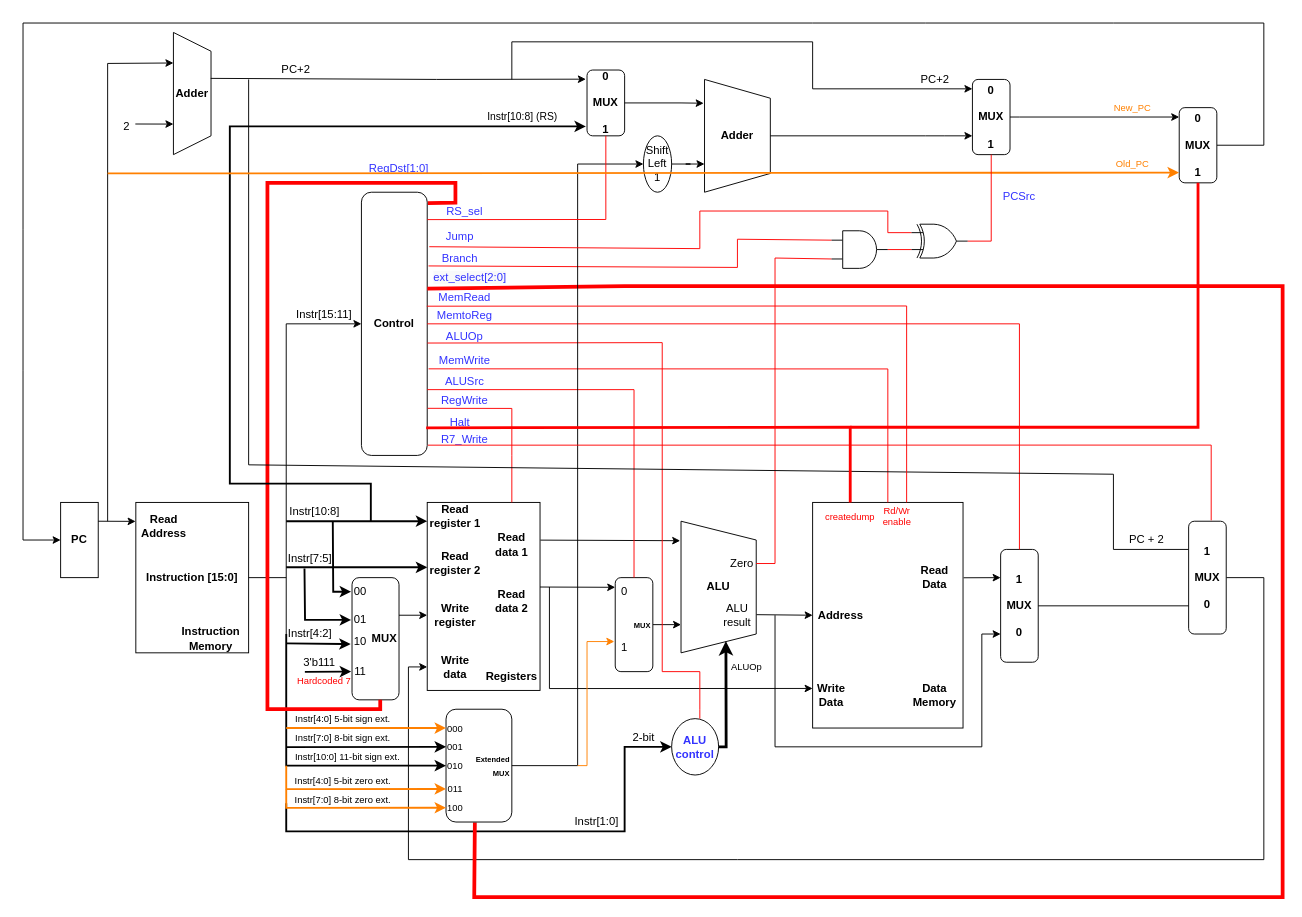
Before: WISC-SP22.drawio in joshmeiyb/ECE552, a draw.io diagram. Source tidied: cells renumbered, new cells numbered last; positions are measured from the earlier drawing's top-left corner, leaving out a move shared by most shapes. Both pictures are drawn from the tidied source at 94%, with x=0, y=0 at pixel (23, 23).
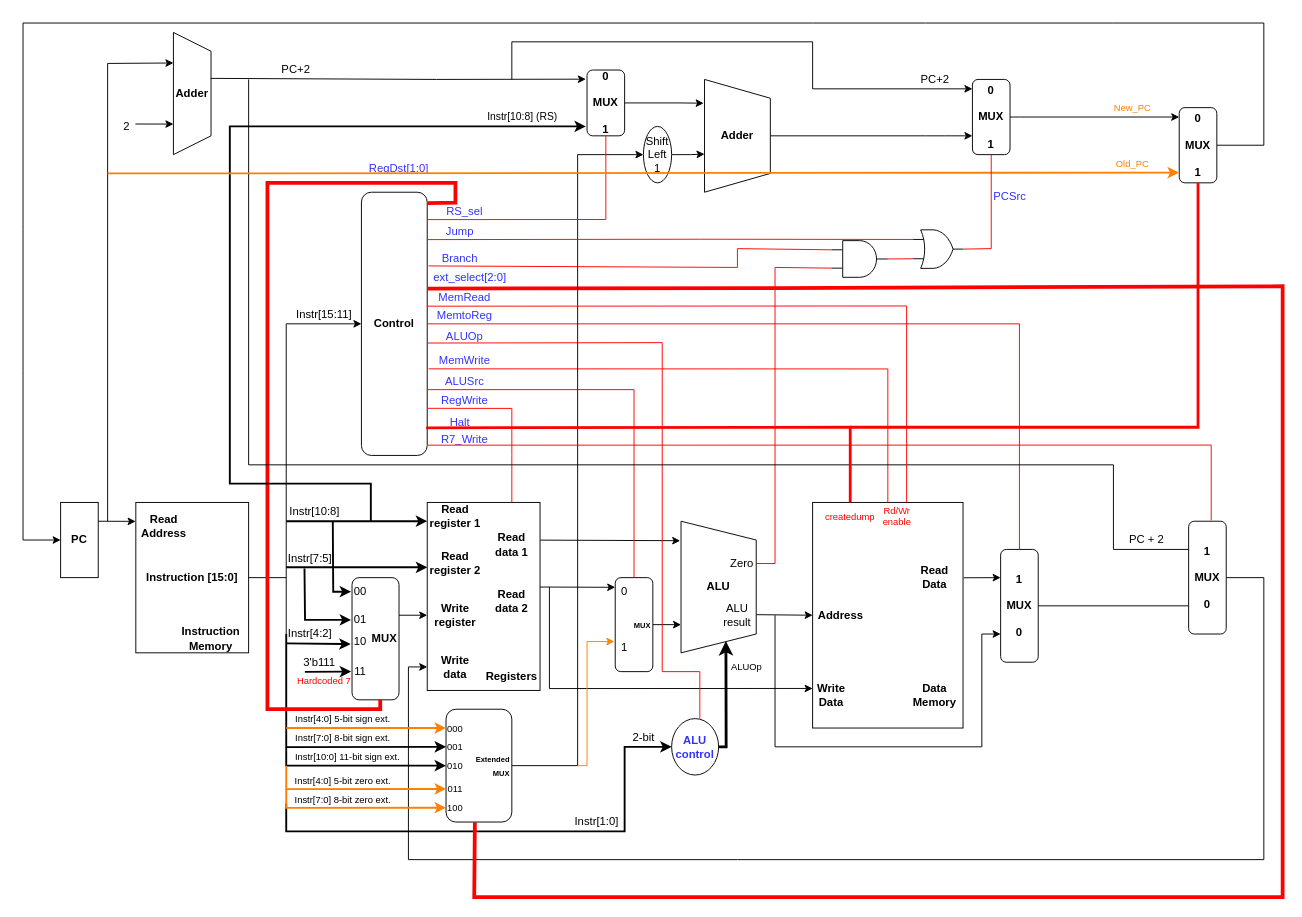
The same page after the edit.

The change refers to these unchanged cells:
```xml
<mxCell id="10" value="&lt;b&gt;Adder&lt;/b&gt;" style="shape=trapezoid;perimeter=trapezoidPerimeter;whiteSpace=wrap;html=1;fixedSize=1;direction=south;" parent="1" vertex="1">
  <mxGeometry x="725" y="60" width="70" height="120" as="geometry" />
</mxCell>
<mxCell id="27" value="&lt;b&gt;0&lt;br&gt;&lt;br&gt;MUX&lt;br&gt;&lt;br&gt;1&lt;/b&gt;" style="rounded=1;whiteSpace=wrap;html=1;" parent="1" vertex="1">
  <mxGeometry x="1010" y="60" width="40" height="80" as="geometry" />
</mxCell>
<mxCell id="51" value="&lt;font color=&quot;#000000&quot;&gt;Zero&lt;br&gt;&lt;/font&gt;" style="text;html=1;strokeColor=none;fillColor=none;align=center;verticalAlign=middle;whiteSpace=wrap;rounded=0;fontColor=#3333FF;" parent="1" vertex="1">
  <mxGeometry x="750" y="560" width="30" height="30" as="geometry" />
</mxCell>
<mxCell id="67" value="&lt;b&gt;Control&lt;/b&gt;" style="rounded=1;whiteSpace=wrap;html=1;" parent="1" vertex="1">
  <mxGeometry x="360" y="180" width="70" height="280" as="geometry" />
</mxCell>
<mxCell id="86" value="&lt;font style=&quot;font-size: 8px&quot;&gt;&lt;b&gt;Extended&lt;br&gt;MUX&lt;/b&gt;&lt;/font&gt;" style="rounded=1;whiteSpace=wrap;html=1;align=right;" parent="1" vertex="1">
  <mxGeometry x="450" y="730" width="70" height="120" as="geometry" />
</mxCell>
<mxCell id="88" value="010" style="text;html=1;strokeColor=none;fillColor=none;align=center;verticalAlign=middle;whiteSpace=wrap;rounded=0;fontSize=10;" parent="1" vertex="1">
  <mxGeometry x="450" y="775" width="20" height="30" as="geometry" />
</mxCell>
<mxCell id="98" value="&lt;b&gt;1&lt;br&gt;&lt;br&gt;MUX&lt;br&gt;&lt;br&gt;0&lt;/b&gt;" style="rounded=1;whiteSpace=wrap;html=1;" parent="1" vertex="1">
  <mxGeometry x="1240" y="530" width="40" height="120" as="geometry" />
</mxCell>
```

Change to the diagram source:
```diff
@@
-    <mxCell id="11" style="edgeStyle=orthogonalEdgeStyle;rounded=0;jettySize=auto;html=1;strokeColor=#000000;strokeWidth=1;entryX=0.75;entryY=1;entryDx=0;entryDy=0;" parent="1" edge="1" source="12" target="10">
+    <mxCell id="11" style="edgeStyle=orthogonalEdgeStyle;rounded=0;jettySize=auto;html=1;strokeColor=#000000;strokeWidth=1;entryX=0.662;entryY=1;entryDx=0;entryDy=0;entryPerimeter=0;" parent="1" edge="1" source="12" target="10">
       <mxGeometry relative="1" as="geometry" />
     </mxCell>
     <mxCell id="12" value="Shift&lt;br&gt;Left 1" style="ellipse;whiteSpace=wrap;html=1;" parent="1" vertex="1">
-      <mxGeometry x="660" y="120" width="30" height="60" as="geometry" />
+      <mxGeometry x="660" y="110" width="30" height="60" as="geometry" />
     </mxCell>
@@
     <mxCell id="64" style="verticalLabelPosition=bottom;shadow=0;dashed=0;align=center;html=1;verticalAlign=top;shape=mxgraph.electrical.logic_gates.logic_gate;operation=and;" parent="1" vertex="1">
-      <mxGeometry x="860" y="221" width="60" height="40" as="geometry" />
+      <mxGeometry x="860" y="231.5" width="60" height="39" as="geometry" />
     </mxCell>
     <mxCell id="65" style="endArrow=none;html=1;rounded=0;exitX=1;exitY=0.5;exitDx=0;exitDy=0;strokeColor=#FF0000;entryX=0;entryY=0.75;entryDx=0;entryDy=0;entryPerimeter=0;" parent="1" edge="1" source="51" target="64">
       <mxGeometry relative="1" as="geometry">
         <Array as="points">
           <mxPoint x="800" y="575" />
-          <mxPoint x="800" y="250" />
+          <mxPoint x="800" y="260" />
         </Array>
       </mxGeometry>
     </mxCell>
     <mxCell id="66" style="endArrow=none;html=1;rounded=0;strokeColor=#FF0000;entryX=0;entryY=0.25;entryDx=0;entryDy=0;entryPerimeter=0;exitX=1.02;exitY=0.28;exitDx=0;exitDy=0;exitPerimeter=0;" parent="1" edge="1" source="67" target="64">
       <mxGeometry relative="1" as="geometry">
         <Array as="points">
           <mxPoint x="760" y="260" />
-          <mxPoint x="760" y="230" />
+          <mxPoint x="760" y="240" />
         </Array>
       </mxGeometry>
     </mxCell>
@@
     <mxCell id="80" value="&lt;font color=&quot;#3333ff&quot;&gt;PCSrc&lt;/font&gt;" style="text;html=1;strokeColor=none;fillColor=none;align=center;verticalAlign=middle;whiteSpace=wrap;rounded=0;" parent="1" vertex="1">
-      <mxGeometry x="1030" y="170" width="60" height="30" as="geometry" />
+      <mxGeometry x="1020" y="170" width="60" height="30" as="geometry" />
     </mxCell>
@@
     <mxCell id="82" style="endArrow=none;html=1;rounded=0;strokeColor=#FF0000;exitX=1.001;exitY=0.366;exitDx=0;exitDy=0;entryX=0.438;entryY=1.005;entryDx=0;entryDy=0;strokeWidth=4;entryPerimeter=0;exitPerimeter=0;" parent="1" edge="1" source="67" target="86">
       <mxGeometry relative="1" as="geometry">
         <Array as="points">
-          <mxPoint x="640" y="280" />
-          <mxPoint x="1160" y="280" />
+          <mxPoint x="800" y="282" />
           <mxPoint x="1340" y="280" />
           <mxPoint x="1340" y="930" />
           <mxPoint x="730" y="930" />
           <mxPoint x="480" y="930" />
         </Array>
       </mxGeometry>
     </mxCell>
@@
     <mxCell id="84" style="endArrow=classic;html=1;rounded=0;strokeColor=#000000;exitX=1;exitY=0.5;exitDx=0;exitDy=0;entryX=0;entryY=0.5;entryDx=0;entryDy=0;" parent="1" edge="1" source="88" target="12">
       <mxGeometry relative="1" as="geometry">
         <Array as="points">
           <mxPoint x="590" y="790" />
-          <mxPoint x="590" y="150" />
+          <mxPoint x="590" y="140" />
         </Array>
       </mxGeometry>
     </mxCell>
@@
     <mxCell id="99" style="endArrow=none;html=1;rounded=0;strokeColor=#000000;strokeWidth=1;entryX=0;entryY=0.25;entryDx=0;entryDy=0;" parent="1" edge="1" target="98">
       <mxGeometry relative="1" as="geometry">
         <mxPoint x="240" y="60" as="sourcePoint" />
         <Array as="points">
           <mxPoint x="240" y="470" />
-          <mxPoint x="1160" y="480" />
+          <mxPoint x="1160" y="470" />
           <mxPoint x="1160" y="560" />
         </Array>
       </mxGeometry>
     </mxCell>
@@
     <mxCell id="112" value="&lt;font color=&quot;#3333ff&quot;&gt;Jump&lt;/font&gt;" style="text;html=1;strokeColor=none;fillColor=none;align=center;verticalAlign=middle;whiteSpace=wrap;rounded=0;" parent="1" vertex="1">
-      <mxGeometry x="435" y="217" width="60" height="20" as="geometry" />
+      <mxGeometry x="435" y="212" width="60" height="20" as="geometry" />
     </mxCell>
@@
-    <mxCell id="139" style="verticalLabelPosition=bottom;shadow=0;dashed=0;align=center;html=1;verticalAlign=top;shape=mxgraph.electrical.logic_gates.logic_gate;operation=xor;fontSize=10;fontColor=#FF8000;" parent="1" vertex="1">
-      <mxGeometry x="945" y="214" width="60" height="36" as="geometry" />
-    </mxCell>
-    <mxCell id="140" style="endArrow=none;html=1;rounded=0;fontSize=10;fontColor=#FF8000;strokeColor=#FF0000;strokeWidth=1;exitX=1;exitY=0.5;exitDx=0;exitDy=0;exitPerimeter=0;entryX=0;entryY=0.75;entryDx=0;entryDy=0;entryPerimeter=0;" parent="1" edge="1" source="64" target="139">
+    <mxCell id="140" style="endArrow=none;html=1;rounded=0;fontSize=10;fontColor=#FF8000;strokeColor=#FF0000;strokeWidth=1;exitX=1;exitY=0.5;exitDx=0;exitDy=0;exitPerimeter=0;entryX=0;entryY=0.75;entryDx=0;entryDy=0;entryPerimeter=0;" parent="1" edge="1" source="64" target="144">
       <mxGeometry relative="1" as="geometry" />
     </mxCell>
-    <mxCell id="141" style="endArrow=none;html=1;rounded=0;fontSize=10;fontColor=#FF8000;strokeColor=#FF0000;strokeWidth=1;exitX=1.031;exitY=0.207;exitDx=0;exitDy=0;exitPerimeter=0;entryX=0;entryY=0.25;entryDx=0;entryDy=0;entryPerimeter=0;" parent="1" edge="1" source="67" target="139">
+    <mxCell id="141" style="endArrow=none;html=1;rounded=0;fontSize=10;fontColor=#FF8000;strokeColor=#FF0000;strokeWidth=1;exitX=0.998;exitY=0.18;exitDx=0;exitDy=0;exitPerimeter=0;entryX=0;entryY=0.25;entryDx=0;entryDy=0;entryPerimeter=0;" parent="1" edge="1" source="67" target="144">
       <mxGeometry relative="1" as="geometry">
         <Array as="points">
-          <mxPoint x="720" y="240" />
-          <mxPoint x="720" y="200" />
-          <mxPoint x="920" y="200" />
-          <mxPoint x="920" y="223" />
+          <mxPoint x="720" y="230" />
         </Array>
       </mxGeometry>
     </mxCell>
-    <mxCell id="142" style="endArrow=none;html=1;rounded=0;fontSize=10;fontColor=#FF8000;strokeColor=#FF0000;strokeWidth=1;exitX=1;exitY=0.5;exitDx=0;exitDy=0;exitPerimeter=0;entryX=0.5;entryY=1;entryDx=0;entryDy=0;" parent="1" edge="1" source="139" target="27">
+    <mxCell id="142" style="endArrow=none;html=1;rounded=0;fontSize=10;fontColor=#FF8000;strokeColor=#FF0000;strokeWidth=1;entryX=0.5;entryY=1;entryDx=0;entryDy=0;exitX=1;exitY=0.5;exitDx=0;exitDy=0;exitPerimeter=0;" parent="1" edge="1" source="144" target="27">
       <mxGeometry relative="1" as="geometry">
         <Array as="points">
-          <mxPoint x="1030" y="232" />
+          <mxPoint x="1030" y="240" />
         </Array>
       </mxGeometry>
     </mxCell>
@@
+    <mxCell id="144" style="verticalLabelPosition=bottom;shadow=0;dashed=0;align=center;html=1;verticalAlign=top;shape=mxgraph.electrical.logic_gates.logic_gate;operation=or;fontSize=10;fontColor=#000000;" parent="1" vertex="1">
+      <mxGeometry x="947" y="220" width="53" height="41" as="geometry" />
+    </mxCell>
```
